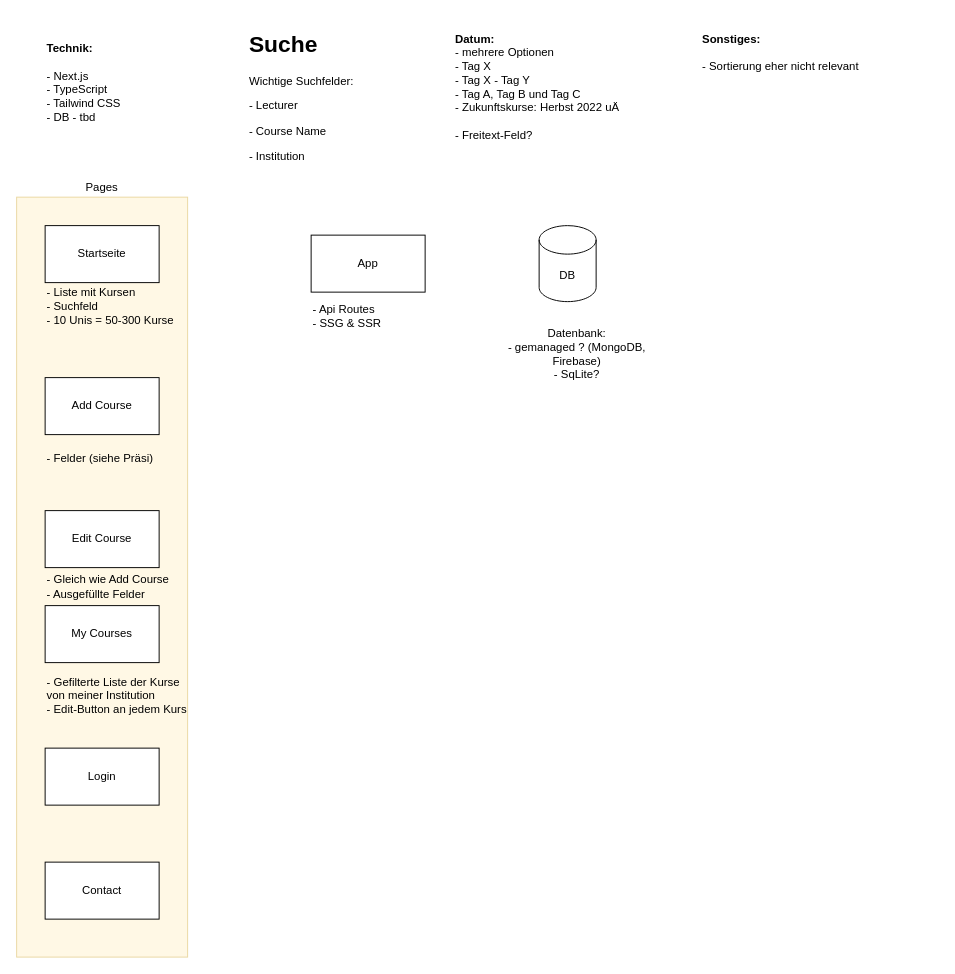
Before: diagrams/mvp-architecture-overview.drawio in pgoodbread/phd-course-finder, a draw.io diagram. Source tidied: cells renumbered, new cells numbered last; positions are measured from the earlier drawing's top-left corner, leaving out a move shared by most shapes. Both pictures are drawn from the tidied source at 95%, with x=0, y=0 at pixel (16, 26).
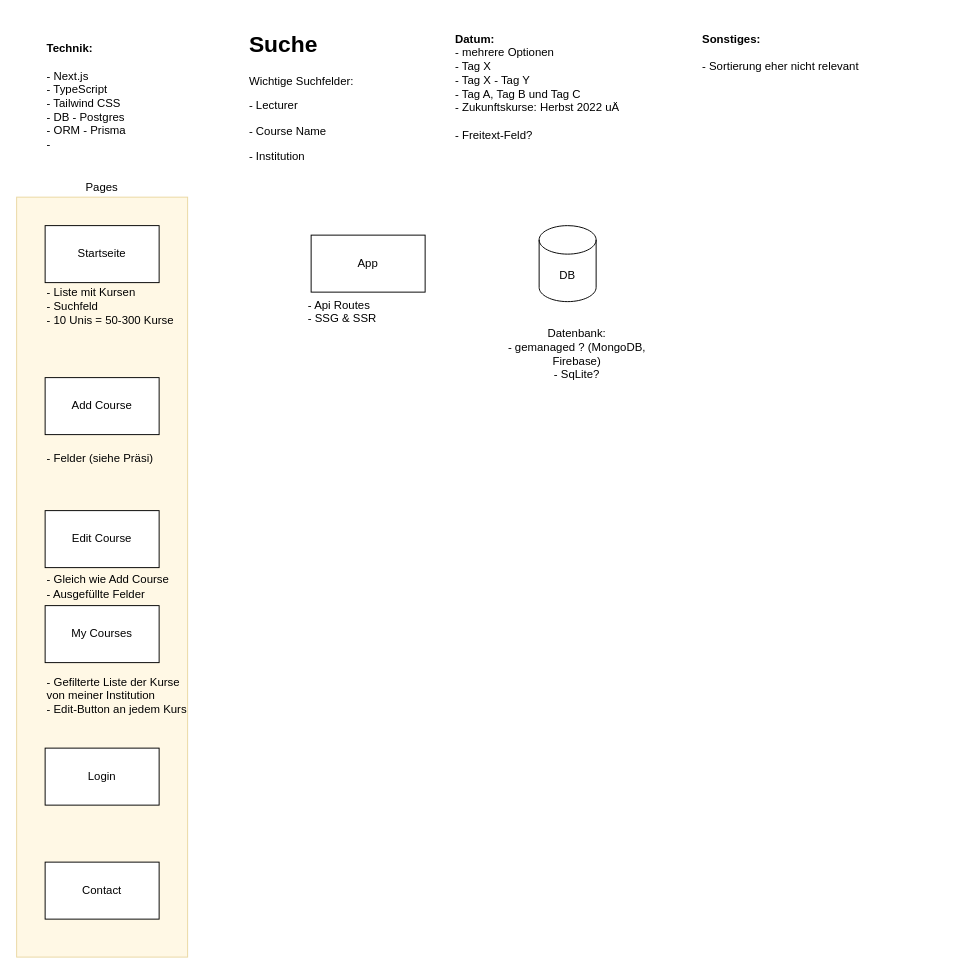
The same diagram, later.

Commit message (it also covers changes not shown here):
Add next app and typescript

Change to the diagram source:
```diff
@@
     <mxCell id="20" value="&lt;span&gt;- Api Routes&lt;/span&gt;&lt;br&gt;&lt;div&gt;&lt;span&gt;- SSG &amp;amp; SSR&lt;/span&gt;&lt;/div&gt;" style="text;html=1;strokeColor=none;fillColor=none;align=left;verticalAlign=top;whiteSpace=wrap;rounded=0;" parent="1" vertex="1">
-      <mxGeometry x="310" y="285" width="180" height="120" as="geometry" />
+      <mxGeometry x="305" y="280" width="180" height="120" as="geometry" />
     </mxCell>
-    <mxCell id="21" value="&lt;b&gt;Technik:&lt;/b&gt;&lt;br&gt;&lt;br&gt;- Next.js&lt;br&gt;- TypeScript&lt;br&gt;- Tailwind CSS&lt;br&gt;- DB - tbd" style="text;html=1;strokeColor=none;fillColor=none;align=left;verticalAlign=top;whiteSpace=wrap;rounded=0;opacity=50;" parent="1" vertex="1">
+    <mxCell id="21" value="&lt;b&gt;Technik:&lt;/b&gt;&lt;br&gt;&lt;br&gt;- Next.js&lt;br&gt;- TypeScript&lt;br&gt;- Tailwind CSS&lt;br&gt;- DB - Postgres&lt;br&gt;- ORM - Prisma&lt;br&gt;-&amp;nbsp;" style="text;html=1;strokeColor=none;fillColor=none;align=left;verticalAlign=top;whiteSpace=wrap;rounded=0;opacity=50;" parent="1" vertex="1">
       <mxGeometry x="30" y="10" width="190" height="140" as="geometry" />
     </mxCell>
```
